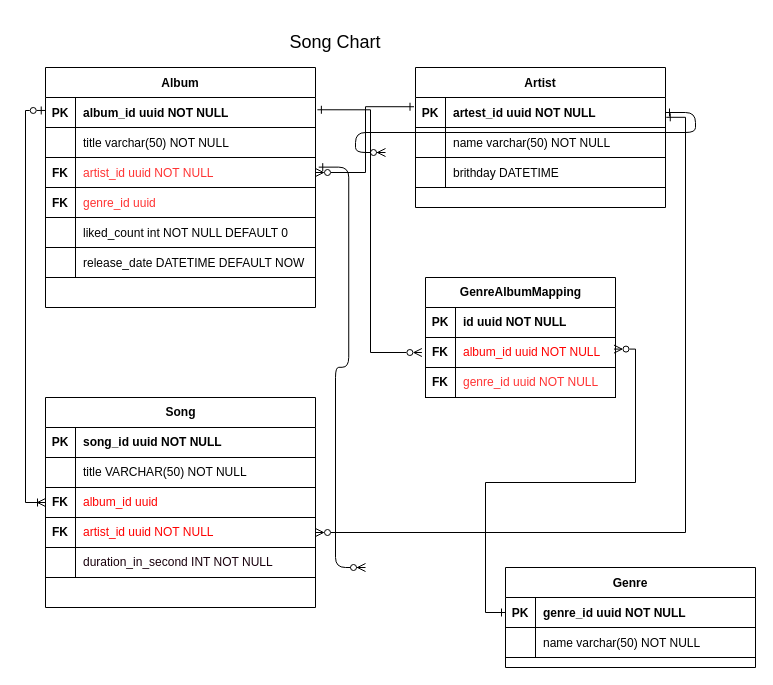
This is hw1/ERD-song-chart.drawio from patty111/Database-System-Course, a draw.io file, before an edit. Source tidied: cells renumbered, new cells numbered last; positions are measured from the earlier drawing's top-left corner, leaving out a move shared by most shapes. Both pictures are drawn from the tidied source at 100%, with x=0, y=0 at pixel (45, 17).
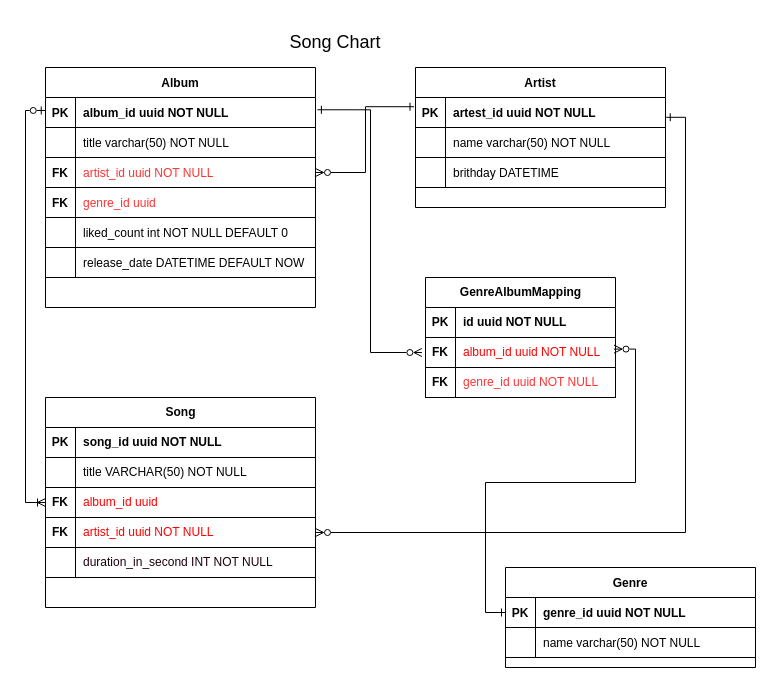
After the change.

Unchanged cells that the change refers to:
```xml
<mxCell id="5" style="shape=partialRectangle;fillColor=none;points=[[0,0.5],[1,0.5]];portConstraint=eastwest;top=0;left=0;right=0;bottom=1;" parent="4" vertex="1">
  <mxGeometry y="30" width="250" height="30" as="geometry" />
</mxCell>
<mxCell id="28" style="shape=partialRectangle;fillColor=none;points=[[0,0.5],[1,0.5]];portConstraint=eastwest;top=0;left=0;right=0;bottom=1;" parent="21" vertex="1">
  <mxGeometry y="90" width="270" height="30" as="geometry" />
</mxCell>
```

Diff of the diagram source:
```diff
@@
-    <mxCell id="2" style="edgeStyle=entityRelationEdgeStyle;endArrow=ERzeroToMany;startArrow=ERone;endFill=1;startFill=0;exitX=1.012;exitY=0.321;exitDx=0;exitDy=0;exitPerimeter=0;" parent="1" edge="1" source="28">
-      <mxGeometry relative="1" as="geometry">
-        <mxPoint x="320" y="550" as="targetPoint" />
-      </mxGeometry>
-    </mxCell>
-    <mxCell id="3" style="edgeStyle=entityRelationEdgeStyle;endArrow=ERzeroToMany;startArrow=ERone;endFill=1;startFill=0;" parent="1" edge="1" source="5">
-      <mxGeometry relative="1" as="geometry">
-        <mxPoint x="340" y="135" as="targetPoint" />
-      </mxGeometry>
-    </mxCell>
```
